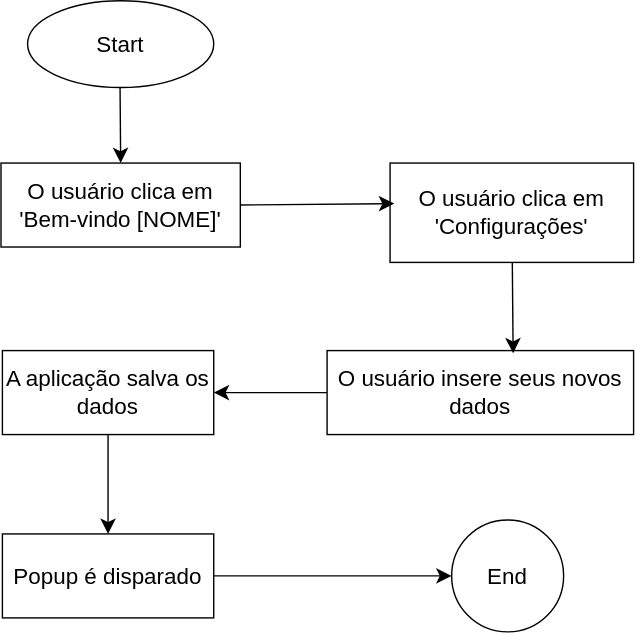
Above: docs/img/CT03.svg in ICEI-PUC-Minas-PMV-SI/pmv-si-2023-2-pe1-t2-senectus (draw.io), before the change. Source tidied: cells renumbered, new cells last; positions are measured from the earlier drawing's top-left corner, leaving out a move shared by most shapes.
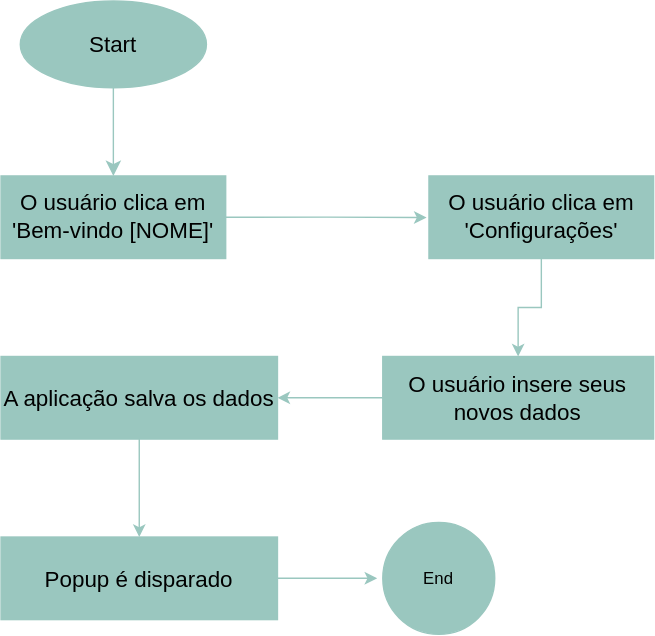
Above is the later version.

What changed in the source:
```diff
@@ -2,44 +2,48 @@
   <root>
     <mxCell id="0" />
     <mxCell id="1" parent="0" />
-    <mxCell id="2" style="edgeStyle=none;curved=1;rounded=0;jettySize=auto;html=1;fontSize=12;startSize=8;endSize=8;" parent="1" edge="1" source="3" target="4">
+    <mxCell id="2" style="edgeStyle=none;curved=1;rounded=0;jettySize=auto;html=1;fontSize=12;startSize=8;endSize=8;fillColor=#9AC7BF;strokeColor=#9AC7BF;" parent="1" edge="1" source="3" target="4">
       <mxGeometry relative="1" as="geometry" />
     </mxCell>
-    <mxCell id="3" value="Start" style="ellipse;whiteSpace=wrap;html=1;fontSize=16;" parent="1" vertex="1">
-      <mxGeometry x="19" width="133" height="62" as="geometry" />
+    <mxCell id="3" value="Start" style="ellipse;whiteSpace=wrap;html=1;fontSize=16;fillColor=#9AC7BF;strokeColor=#9AC7BF;" parent="1" vertex="1">
+      <mxGeometry x="-148" y="153" width="133" height="62" as="geometry" />
     </mxCell>
+    <mxCell id="15" style="edgeStyle=orthogonalEdgeStyle;rounded=0;jettySize=auto;html=1;exitX=1;exitY=0.5;exitDx=0;exitDy=0;fillColor=#9AC7BF;strokeColor=#9AC7BF;" parent="1" edge="1" source="4">
+      <mxGeometry relative="1" as="geometry">
+        <mxPoint x="142.3" y="307.7" as="targetPoint" />
+      </mxGeometry>
+    </mxCell>
-    <mxCell id="4" value="O usuário clica em 'Bem-vindo [NOME]'" style="rounded=0;whiteSpace=wrap;html=1;fontSize=16;" parent="1" vertex="1">
-      <mxGeometry y="116" width="171" height="60" as="geometry" />
+    <mxCell id="4" value="O usuário clica em 'Bem-vindo [NOME]'" style="rounded=0;whiteSpace=wrap;html=1;fontSize=16;fillColor=#9AC7BF;strokeColor=#9AC7BF;" parent="1" vertex="1">
+      <mxGeometry x="-161.8" y="278" width="160.5" height="59" as="geometry" />
     </mxCell>
+    <mxCell id="12" value="End" style="ellipse;whiteSpace=wrap;html=1;fillColor=#9AC7BF;strokeColor=#9AC7BF;" parent="1" vertex="1">
+      <mxGeometry x="111" y="525.5" width="80" height="80" as="geometry" />
+    </mxCell>
+    <mxCell id="11" style="edgeStyle=orthogonalEdgeStyle;rounded=0;jettySize=auto;html=1;fillColor=#9AC7BF;strokeColor=#9AC7BF;" parent="1" edge="1" source="5" target="7">
+      <mxGeometry relative="1" as="geometry" />
+    </mxCell>
-    <mxCell id="5" value="O usuário clica em 'Configurações'" style="rounded=0;whiteSpace=wrap;html=1;fontSize=16;" parent="1" vertex="1">
-      <mxGeometry x="278" y="116" width="174" height="71" as="geometry" />
+    <mxCell id="5" value="O usuário clica em&lt;br&gt;'Configurações'" style="rounded=0;whiteSpace=wrap;html=1;fontSize=16;fillColor=#9AC7BF;strokeColor=#9AC7BF;" parent="1" vertex="1">
+      <mxGeometry x="144" y="278" width="160.5" height="59" as="geometry" />
     </mxCell>
-    <mxCell id="6" style="edgeStyle=none;curved=1;rounded=0;jettySize=auto;html=1;entryX=1;entryY=0.5;entryDx=0;entryDy=0;fontSize=12;startSize=8;endSize=8;" parent="1" edge="1" source="7" target="9">
+    <mxCell id="6" style="edgeStyle=orthogonalEdgeStyle;rounded=0;jettySize=auto;html=1;fillColor=#9AC7BF;strokeColor=#9AC7BF;" parent="1" edge="1" source="7" target="9">
       <mxGeometry relative="1" as="geometry" />
     </mxCell>
-    <mxCell id="7" value="O usuário insere seus novos dados" style="rounded=0;whiteSpace=wrap;html=1;fontSize=16;" parent="1" vertex="1">
-      <mxGeometry x="233" y="250" width="219" height="60" as="geometry" />
+    <mxCell id="7" value="O usuário insere seus novos dados" style="rounded=0;whiteSpace=wrap;html=1;fontSize=16;fillColor=#9AC7BF;strokeColor=#9AC7BF;" parent="1" vertex="1">
+      <mxGeometry x="111" y="407" width="193.5" height="59" as="geometry" />
     </mxCell>
-    <mxCell id="8" style="edgeStyle=none;curved=1;rounded=0;jettySize=auto;html=1;fontSize=12;startSize=8;endSize=8;" parent="1" edge="1" source="9" target="14">
+    <mxCell id="8" style="edgeStyle=orthogonalEdgeStyle;rounded=0;jettySize=auto;html=1;strokeColor=#9AC7BF;" parent="1" edge="1" source="9" target="14">
       <mxGeometry relative="1" as="geometry" />
     </mxCell>
-    <mxCell id="9" value="A aplicação salva os dados" style="rounded=0;whiteSpace=wrap;html=1;fontSize=16;" parent="1" vertex="1">
-      <mxGeometry x="1" y="250" width="151" height="60" as="geometry" />
+    <mxCell id="9" value="A aplicação salva os dados" style="rounded=0;whiteSpace=wrap;html=1;fontSize=16;fillColor=#9AC7BF;strokeColor=#9AC7BF;" parent="1" vertex="1">
+      <mxGeometry x="-161.8" y="407" width="197.5" height="59" as="geometry" />
     </mxCell>
-    <mxCell id="10" style="edgeStyle=none;curved=1;rounded=0;jettySize=auto;html=1;exitX=1;exitY=0.5;exitDx=0;exitDy=0;entryX=0.017;entryY=0.408;entryDx=0;entryDy=0;entryPerimeter=0;fontSize=12;startSize=8;endSize=8;" parent="1" edge="1" source="4" target="5">
-      <mxGeometry relative="1" as="geometry" />
-    </mxCell>
-    <mxCell id="11" style="edgeStyle=none;curved=1;rounded=0;jettySize=auto;html=1;entryX=0.607;entryY=0.033;entryDx=0;entryDy=0;entryPerimeter=0;fontSize=12;startSize=8;endSize=8;" parent="1" edge="1" source="5" target="7">
-      <mxGeometry relative="1" as="geometry" />
-    </mxCell>
-    <mxCell id="12" value="End" style="ellipse;whiteSpace=wrap;html=1;fontSize=16;" parent="1" vertex="1">
-      <mxGeometry x="322" y="371" width="80" height="80" as="geometry" />
-    </mxCell>
-    <mxCell id="13" style="edgeStyle=none;curved=1;rounded=0;jettySize=auto;html=1;exitX=1;exitY=0.5;exitDx=0;exitDy=0;entryX=0;entryY=0.5;entryDx=0;entryDy=0;fontSize=12;startSize=8;endSize=8;" parent="1" edge="1" source="14" target="12">
-      <mxGeometry relative="1" as="geometry" />
-    </mxCell>
+    <mxCell id="16" style="edgeStyle=orthogonalEdgeStyle;rounded=0;jettySize=auto;html=1;strokeColor=#9AC7BF;" parent="1" edge="1" source="14">
+      <mxGeometry relative="1" as="geometry">
+        <mxPoint x="107" y="565.5" as="targetPoint" />
+      </mxGeometry>
+    </mxCell>
-    <mxCell id="14" value="Popup é disparado" style="rounded=0;whiteSpace=wrap;html=1;fontSize=16;" parent="1" vertex="1">
-      <mxGeometry x="1" y="381" width="151" height="60" as="geometry" />
+    <mxCell id="14" value="Popup é disparado" style="rounded=0;whiteSpace=wrap;html=1;fontSize=16;fillColor=#9AC7BF;strokeColor=#9AC7BF;" parent="1" vertex="1">
+      <mxGeometry x="-161.8" y="536" width="197.5" height="59" as="geometry" />
     </mxCell>
   </root>
 </mxGraphModel>
```
